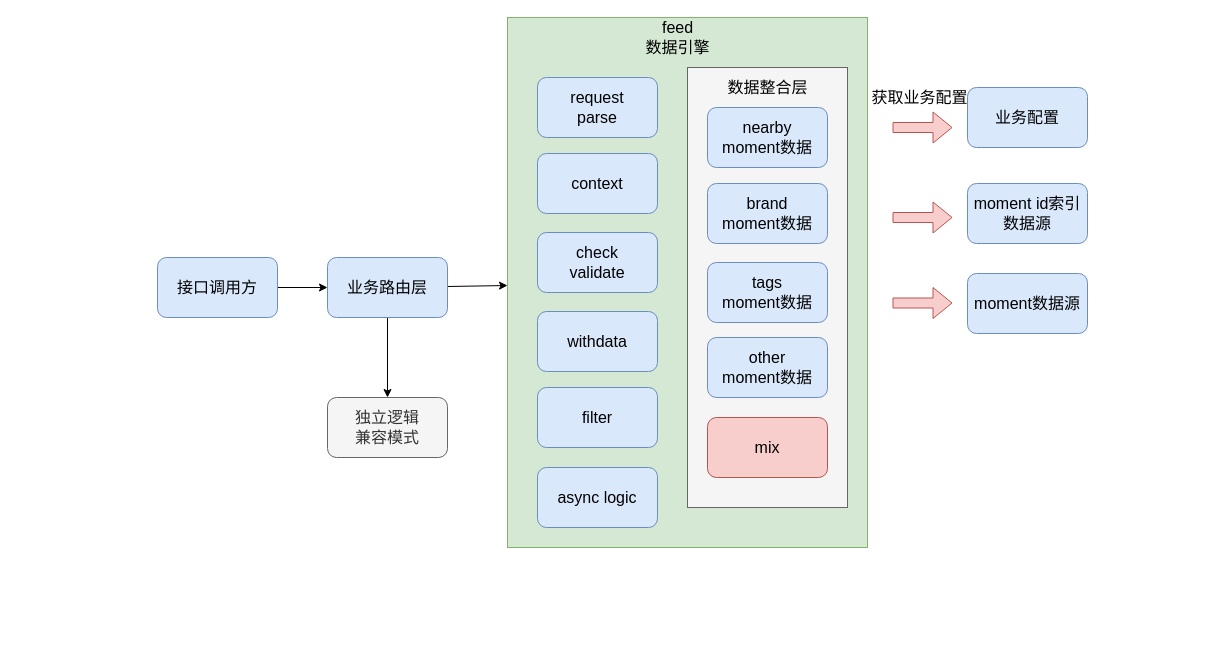
This is feed数据引擎.drawio from effyroth/drawio2, a draw.io file, before an edit. Source tidied: cells renumbered, new cells numbered last; positions are measured from the earlier drawing's top-left corner, leaving out a move shared by most shapes. Both pictures are drawn from the tidied source at 100%, with x=0, y=0 at pixel (157, 17).
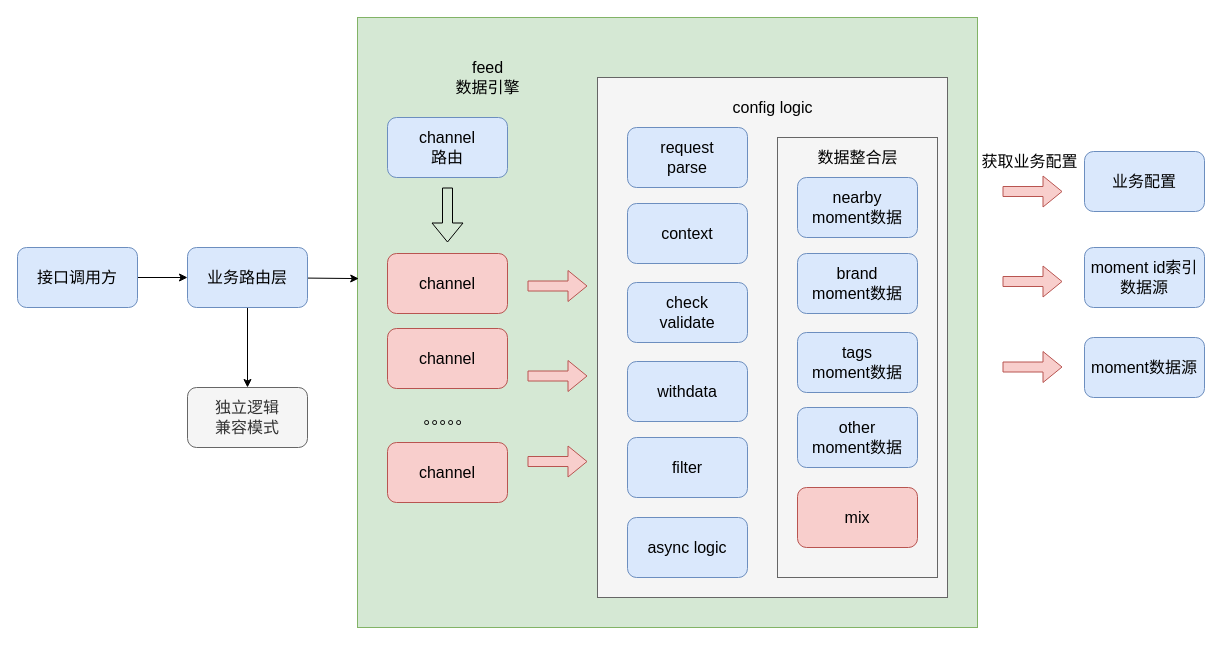
Above is the later version.

Change to the diagram source:
```diff
@@
-    <mxCell id="2" style="rounded=0;whiteSpace=wrap;html=1;fillColor=#d5e8d4;strokeColor=#82b366;fontSize=16;" parent="1" vertex="1">
-      <mxGeometry x="350" width="360" height="530" as="geometry" />
+    <mxCell id="2" style="rounded=0;whiteSpace=wrap;html=1;fillColor=#d5e8d4;strokeColor=#82b366;fontSize=16;gradientColor=none;" parent="1" vertex="1">
+      <mxGeometry x="200" width="620" height="610" as="geometry" />
     </mxCell>
+    <mxCell id="30" style="rounded=0;whiteSpace=wrap;html=1;fillColor=#f5f5f5;strokeColor=#666666;fontColor=#333333;fontSize=16;" parent="1" vertex="1">
+      <mxGeometry x="440" y="60" width="350" height="520" as="geometry" />
+    </mxCell>
     <mxCell id="3" style="rounded=0;whiteSpace=wrap;html=1;fillColor=#f5f5f5;strokeColor=#666666;fontColor=#333333;fontSize=16;" parent="1" vertex="1">
-      <mxGeometry x="530" y="50" width="160" height="440" as="geometry" />
+      <mxGeometry x="620" y="120" width="160" height="440" as="geometry" />
     </mxCell>
@@
-    <mxCell id="5" style="edgeStyle=none;rounded=0;jettySize=auto;html=1;fontSize=16;" parent="1" edge="1" source="6" target="2">
+    <mxCell id="5" style="edgeStyle=none;rounded=0;jettySize=auto;html=1;fontSize=16;entryX=0.002;entryY=0.428;entryDx=0;entryDy=0;entryPerimeter=0;" parent="1" edge="1" source="6" target="2">
       <mxGeometry relative="1" as="geometry" />
     </mxCell>
     <mxCell id="6" value="业务路由层" style="rounded=1;whiteSpace=wrap;html=1;fillColor=#dae8fc;strokeColor=#6c8ebf;fontSize=16;" parent="1" vertex="1">
-      <mxGeometry x="170" y="240" width="120" height="60" as="geometry" />
+      <mxGeometry x="30" y="230" width="120" height="60" as="geometry" />
     </mxCell>
@@
     <mxCell id="8" value="接口调用方" style="rounded=1;whiteSpace=wrap;html=1;fillColor=#dae8fc;strokeColor=#6c8ebf;fontSize=16;" parent="1" vertex="1">
-      <mxGeometry y="240" width="120" height="60" as="geometry" />
+      <mxGeometry x="-140" y="230" width="120" height="60" as="geometry" />
     </mxCell>
     <mxCell id="9" value="业务配置" style="rounded=1;whiteSpace=wrap;html=1;fillColor=#dae8fc;strokeColor=#6c8ebf;fontSize=16;" parent="1" vertex="1">
-      <mxGeometry x="810" y="70" width="120" height="60" as="geometry" />
+      <mxGeometry x="927" y="134" width="120" height="60" as="geometry" />
     </mxCell>
     <mxCell id="10" value="moment id索引&lt;br style=&quot;font-size: 16px;&quot;&gt;数据源" style="rounded=1;whiteSpace=wrap;html=1;fillColor=#dae8fc;strokeColor=#6c8ebf;fontSize=16;" parent="1" vertex="1">
-      <mxGeometry x="810" y="166" width="120" height="60" as="geometry" />
+      <mxGeometry x="927" y="230" width="120" height="60" as="geometry" />
     </mxCell>
     <mxCell id="11" value="moment数据源" style="rounded=1;whiteSpace=wrap;html=1;fillColor=#dae8fc;strokeColor=#6c8ebf;fontSize=16;" parent="1" vertex="1">
-      <mxGeometry x="810" y="256" width="120" height="60" as="geometry" />
+      <mxGeometry x="927" y="320" width="120" height="60" as="geometry" />
     </mxCell>
     <mxCell id="12" value="brand&lt;br style=&quot;font-size: 16px;&quot;&gt;moment数据" style="rounded=1;whiteSpace=wrap;html=1;fillColor=#dae8fc;strokeColor=#6c8ebf;fontSize=16;" parent="1" vertex="1">
-      <mxGeometry x="550" y="166" width="120" height="60" as="geometry" />
+      <mxGeometry x="640" y="236" width="120" height="60" as="geometry" />
     </mxCell>
     <mxCell id="13" value="tags&lt;br style=&quot;font-size: 16px;&quot;&gt;moment数据" style="rounded=1;whiteSpace=wrap;html=1;fillColor=#dae8fc;strokeColor=#6c8ebf;fontSize=16;" parent="1" vertex="1">
-      <mxGeometry x="550" y="245" width="120" height="60" as="geometry" />
+      <mxGeometry x="640" y="315" width="120" height="60" as="geometry" />
     </mxCell>
     <mxCell id="14" value="nearby&lt;br style=&quot;font-size: 16px;&quot;&gt;moment数据" style="rounded=1;whiteSpace=wrap;html=1;fillColor=#dae8fc;strokeColor=#6c8ebf;fontSize=16;" parent="1" vertex="1">
-      <mxGeometry x="550" y="90" width="120" height="60" as="geometry" />
+      <mxGeometry x="640" y="160" width="120" height="60" as="geometry" />
     </mxCell>
     <mxCell id="15" value="数据整合层" style="text;html=1;align=center;verticalAlign=middle;fontSize=16;" parent="1" vertex="1">
-      <mxGeometry x="560" y="60" width="100" height="20" as="geometry" />
+      <mxGeometry x="650" y="130" width="100" height="20" as="geometry" />
     </mxCell>
     <mxCell id="16" value="获取业务配置" style="text;html=1;align=center;verticalAlign=middle;fontSize=16;" parent="1" vertex="1">
-      <mxGeometry x="707" y="70" width="110" height="20" as="geometry" />
+      <mxGeometry x="817" y="134" width="110" height="20" as="geometry" />
     </mxCell>
     <mxCell id="17" value="独立逻辑&lt;br style=&quot;font-size: 16px;&quot;&gt;兼容模式" style="rounded=1;whiteSpace=wrap;html=1;fillColor=#f5f5f5;strokeColor=#666666;fontColor=#333333;fontSize=16;" parent="1" vertex="1">
-      <mxGeometry x="170" y="380" width="120" height="60" as="geometry" />
+      <mxGeometry x="30" y="370" width="120" height="60" as="geometry" />
     </mxCell>
     <mxCell id="18" value="other&lt;br style=&quot;font-size: 16px;&quot;&gt;moment数据" style="rounded=1;whiteSpace=wrap;html=1;fillColor=#dae8fc;strokeColor=#6c8ebf;fontSize=16;" parent="1" vertex="1">
-      <mxGeometry x="550" y="320" width="120" height="60" as="geometry" />
+      <mxGeometry x="640" y="390" width="120" height="60" as="geometry" />
     </mxCell>
     <mxCell id="19" value="mix" style="rounded=1;whiteSpace=wrap;html=1;fillColor=#f8cecc;strokeColor=#b85450;fontSize=16;" parent="1" vertex="1">
-      <mxGeometry x="550" y="400" width="120" height="60" as="geometry" />
+      <mxGeometry x="640" y="470" width="120" height="60" as="geometry" />
     </mxCell>
     <mxCell id="20" value="feed&lt;br style=&quot;font-size: 16px;&quot;&gt;数据引擎" style="text;html=1;align=center;verticalAlign=middle;fontSize=16;" parent="1" vertex="1">
-      <mxGeometry x="480" width="80" height="40" as="geometry" />
+      <mxGeometry x="290" y="40" width="80" height="40" as="geometry" />
     </mxCell>
     <mxCell id="21" style="shape=flexArrow;endArrow=classic;html=1;fillColor=#f8cecc;strokeColor=#b85450;fontSize=16;" parent="1" edge="1">
       <mxGeometry relative="1" as="geometry">
-        <mxPoint x="735" y="200" as="sourcePoint" />
-        <mxPoint x="795" y="200" as="targetPoint" />
+        <mxPoint x="845" y="264" as="sourcePoint" />
+        <mxPoint x="905" y="264" as="targetPoint" />
       </mxGeometry>
     </mxCell>
     <mxCell id="22" style="shape=flexArrow;endArrow=classic;html=1;fillColor=#f8cecc;strokeColor=#b85450;fontSize=16;" parent="1" edge="1">
       <mxGeometry relative="1" as="geometry">
-        <mxPoint x="735" y="285.5" as="sourcePoint" />
-        <mxPoint x="795" y="285.5" as="targetPoint" />
+        <mxPoint x="845" y="349.5" as="sourcePoint" />
+        <mxPoint x="905" y="349.5" as="targetPoint" />
       </mxGeometry>
     </mxCell>
     <mxCell id="23" style="shape=flexArrow;endArrow=classic;html=1;fillColor=#f8cecc;strokeColor=#b85450;fontSize=16;" parent="1" edge="1">
       <mxGeometry relative="1" as="geometry">
-        <mxPoint x="735" y="110" as="sourcePoint" />
-        <mxPoint x="795" y="110" as="targetPoint" />
+        <mxPoint x="845" y="174" as="sourcePoint" />
+        <mxPoint x="905" y="174" as="targetPoint" />
       </mxGeometry>
     </mxCell>
     <mxCell id="24" value="withdata" style="rounded=1;whiteSpace=wrap;html=1;fillColor=#dae8fc;strokeColor=#6c8ebf;fontSize=16;" parent="1" vertex="1">
-      <mxGeometry x="380" y="294" width="120" height="60" as="geometry" />
+      <mxGeometry x="470" y="344" width="120" height="60" as="geometry" />
     </mxCell>
     <mxCell id="25" value="filter" style="rounded=1;whiteSpace=wrap;html=1;fillColor=#dae8fc;strokeColor=#6c8ebf;fontSize=16;" parent="1" vertex="1">
-      <mxGeometry x="380" y="370" width="120" height="60" as="geometry" />
+      <mxGeometry x="470" y="420" width="120" height="60" as="geometry" />
     </mxCell>
     <mxCell id="26" value="request&lt;br style=&quot;font-size: 16px;&quot;&gt;parse" style="rounded=1;whiteSpace=wrap;html=1;fillColor=#dae8fc;strokeColor=#6c8ebf;fontSize=16;" parent="1" vertex="1">
-      <mxGeometry x="380" y="60" width="120" height="60" as="geometry" />
+      <mxGeometry x="470" y="110" width="120" height="60" as="geometry" />
     </mxCell>
     <mxCell id="27" value="context" style="rounded=1;whiteSpace=wrap;html=1;fillColor=#dae8fc;strokeColor=#6c8ebf;fontSize=16;" parent="1" vertex="1">
-      <mxGeometry x="380" y="136" width="120" height="60" as="geometry" />
+      <mxGeometry x="470" y="186" width="120" height="60" as="geometry" />
     </mxCell>
     <mxCell id="28" value="check&lt;br style=&quot;font-size: 16px;&quot;&gt;validate" style="rounded=1;whiteSpace=wrap;html=1;fillColor=#dae8fc;strokeColor=#6c8ebf;fontSize=16;" parent="1" vertex="1">
-      <mxGeometry x="380" y="215" width="120" height="60" as="geometry" />
+      <mxGeometry x="470" y="265" width="120" height="60" as="geometry" />
     </mxCell>
     <mxCell id="29" value="async logic" style="rounded=1;whiteSpace=wrap;html=1;fillColor=#dae8fc;strokeColor=#6c8ebf;fontSize=16;" parent="1" vertex="1">
-      <mxGeometry x="380" y="450" width="120" height="60" as="geometry" />
+      <mxGeometry x="470" y="500" width="120" height="60" as="geometry" />
     </mxCell>
+    <mxCell id="31" value="channel" style="rounded=1;whiteSpace=wrap;html=1;fillColor=#f8cecc;strokeColor=#b85450;fontSize=16;" parent="1" vertex="1">
+      <mxGeometry x="230" y="236" width="120" height="60" as="geometry" />
+    </mxCell>
+    <mxCell id="32" value="config logic" style="text;html=1;align=center;verticalAlign=middle;fontSize=16;" parent="1" vertex="1">
+      <mxGeometry x="565" y="80" width="100" height="20" as="geometry" />
+    </mxCell>
+    <mxCell id="33" value="channel" style="rounded=1;whiteSpace=wrap;html=1;fillColor=#f8cecc;strokeColor=#b85450;fontSize=16;" parent="1" vertex="1">
+      <mxGeometry x="230" y="311" width="120" height="60" as="geometry" />
+    </mxCell>
+    <mxCell id="34" value="channel" style="rounded=1;whiteSpace=wrap;html=1;fillColor=#f8cecc;strokeColor=#b85450;fontSize=16;" parent="1" vertex="1">
+      <mxGeometry x="230" y="425" width="120" height="60" as="geometry" />
+    </mxCell>
+    <mxCell id="35" value="。。。。。" style="text;html=1;align=center;verticalAlign=middle;fontSize=16;" parent="1" vertex="1">
+      <mxGeometry x="240" y="391" width="100" height="20" as="geometry" />
+    </mxCell>
+    <mxCell id="36" style="shape=flexArrow;endArrow=classic;html=1;fillColor=#f8cecc;strokeColor=#b85450;fontSize=16;" parent="1" edge="1">
+      <mxGeometry relative="1" as="geometry">
+        <mxPoint x="370" y="358.5" as="sourcePoint" />
+        <mxPoint x="430" y="358.5" as="targetPoint" />
+      </mxGeometry>
+    </mxCell>
+    <mxCell id="37" style="shape=flexArrow;endArrow=classic;html=1;fillColor=#f8cecc;strokeColor=#b85450;fontSize=16;" parent="1" edge="1">
+      <mxGeometry relative="1" as="geometry">
+        <mxPoint x="370" y="444" as="sourcePoint" />
+        <mxPoint x="430" y="444" as="targetPoint" />
+      </mxGeometry>
+    </mxCell>
+    <mxCell id="38" style="shape=flexArrow;endArrow=classic;html=1;fillColor=#f8cecc;strokeColor=#b85450;fontSize=16;" parent="1" edge="1">
+      <mxGeometry relative="1" as="geometry">
+        <mxPoint x="370" y="268.5" as="sourcePoint" />
+        <mxPoint x="430" y="268.5" as="targetPoint" />
+      </mxGeometry>
+    </mxCell>
+    <mxCell id="39" value="channel&lt;br&gt;路由" style="rounded=1;whiteSpace=wrap;html=1;fillColor=#dae8fc;strokeColor=#6c8ebf;fontSize=16;" parent="1" vertex="1">
+      <mxGeometry x="230" y="100" width="120" height="60" as="geometry" />
+    </mxCell>
+    <mxCell id="40" style="shape=flexArrow;endArrow=classic;html=1;fontSize=16;" parent="1" edge="1">
+      <mxGeometry relative="1" as="geometry">
+        <mxPoint x="290" y="170" as="sourcePoint" />
+        <mxPoint x="290" y="225" as="targetPoint" />
+      </mxGeometry>
+    </mxCell>
```
